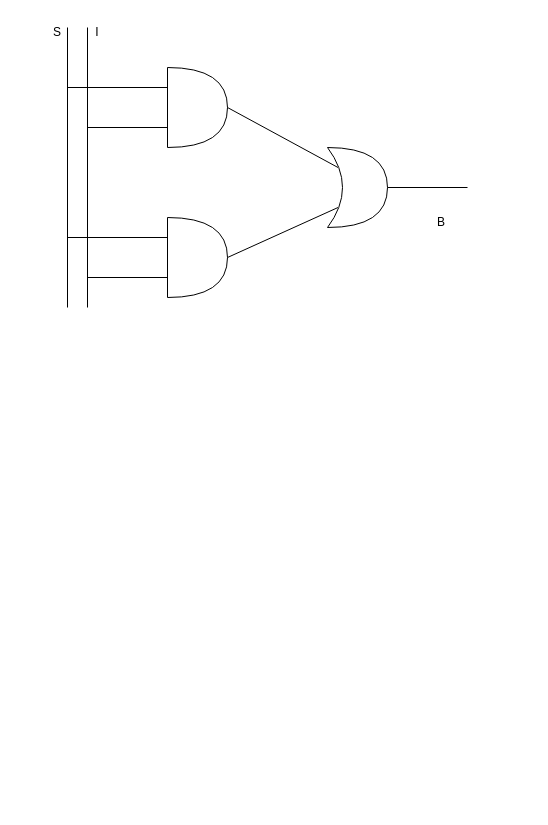
Earlier version of the draw.io diagram circuitos_logicoa.drawio (Thiago163/caneta). Source tidied: cells renumbered, new cells numbered last; positions are measured from the earlier drawing's top-left corner, leaving out a move shared by most shapes. Both pictures are drawn from the tidied source at 100%, with x=0, y=0 at pixel (27, 17).
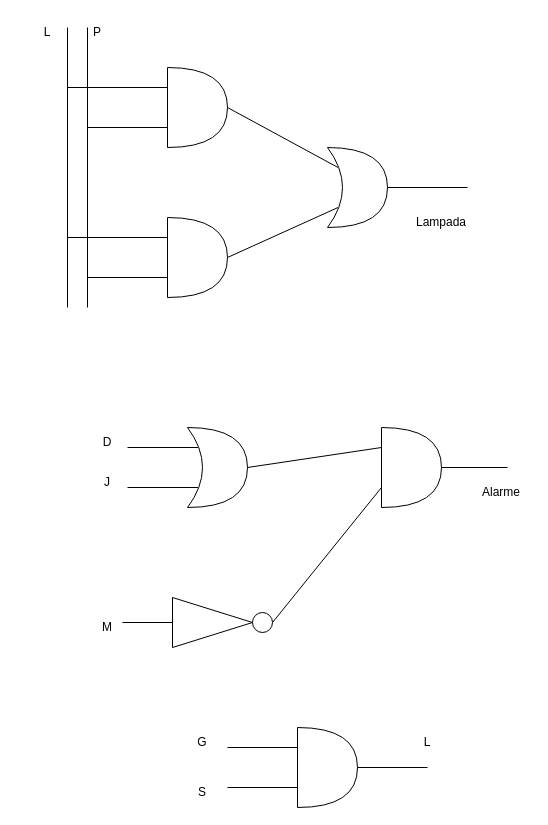
The same page after the edit.

Diff of the diagram source:
```diff
@@
-    <mxCell id="14" value="S" style="text;html=1;align=center;verticalAlign=middle;whiteSpace=wrap;rounded=0;" parent="1" vertex="1">
-      <mxGeometry width="60" height="30" as="geometry" />
+    <mxCell id="14" value="P" style="text;html=1;align=center;verticalAlign=middle;whiteSpace=wrap;rounded=0;" parent="1" vertex="1">
+      <mxGeometry x="40" width="60" height="30" as="geometry" />
     </mxCell>
-    <mxCell id="15" value="I" style="text;html=1;align=center;verticalAlign=middle;whiteSpace=wrap;rounded=0;" parent="1" vertex="1">
-      <mxGeometry x="40" width="60" height="30" as="geometry" />
+    <mxCell id="15" value="L" style="text;html=1;align=center;verticalAlign=middle;whiteSpace=wrap;rounded=0;" parent="1" vertex="1">
+      <mxGeometry x="-10" width="60" height="30" as="geometry" />
     </mxCell>
-    <mxCell id="16" value="B" style="text;html=1;align=center;verticalAlign=middle;whiteSpace=wrap;rounded=0;" parent="1" vertex="1">
+    <mxCell id="16" value="Lampada" style="text;html=1;align=center;verticalAlign=middle;whiteSpace=wrap;rounded=0;" parent="1" vertex="1">
       <mxGeometry x="384" y="190" width="60" height="30" as="geometry" />
     </mxCell>
+    <mxCell id="17" style="shape=xor;whiteSpace=wrap;html=1;" parent="1" vertex="1">
+      <mxGeometry x="160" y="410" width="60" height="80" as="geometry" />
+    </mxCell>
+    <mxCell id="18" style="shape=or;whiteSpace=wrap;html=1;" parent="1" vertex="1">
+      <mxGeometry x="354" y="410" width="60" height="80" as="geometry" />
+    </mxCell>
+    <mxCell id="19" style="triangle;whiteSpace=wrap;html=1;" parent="1" vertex="1">
+      <mxGeometry x="145" y="580" width="80" height="50" as="geometry" />
+    </mxCell>
+    <mxCell id="20" style="ellipse;whiteSpace=wrap;html=1;" parent="1" vertex="1">
+      <mxGeometry x="225" y="595" width="20" height="20" as="geometry" />
+    </mxCell>
+    <mxCell id="21" style="endArrow=none;html=1;rounded=0;entryX=0.175;entryY=0.25;entryDx=0;entryDy=0;entryPerimeter=0;" parent="1" edge="1" target="17">
+      <mxGeometry relative="1" as="geometry">
+        <mxPoint x="100" y="430" as="sourcePoint" />
+      </mxGeometry>
+    </mxCell>
+    <mxCell id="22" style="endArrow=none;html=1;rounded=0;entryX=0.175;entryY=0.75;entryDx=0;entryDy=0;entryPerimeter=0;" parent="1" edge="1" target="17">
+      <mxGeometry relative="1" as="geometry">
+        <mxPoint x="100" y="470" as="sourcePoint" />
+      </mxGeometry>
+    </mxCell>
+    <mxCell id="23" style="endArrow=none;html=1;rounded=0;entryX=0;entryY=0.5;entryDx=0;entryDy=0;" parent="1" edge="1" target="19">
+      <mxGeometry relative="1" as="geometry">
+        <mxPoint x="95" y="605" as="sourcePoint" />
+      </mxGeometry>
+    </mxCell>
+    <mxCell id="24" style="endArrow=none;html=1;rounded=0;exitX=1;exitY=0.5;exitDx=0;exitDy=0;entryX=0;entryY=0.75;entryDx=0;entryDy=0;entryPerimeter=0;" parent="1" edge="1" source="20" target="18">
+      <mxGeometry relative="1" as="geometry" />
+    </mxCell>
+    <mxCell id="25" style="endArrow=none;html=1;rounded=0;exitX=1;exitY=0.5;exitDx=0;exitDy=0;exitPerimeter=0;entryX=0;entryY=0.25;entryDx=0;entryDy=0;entryPerimeter=0;" parent="1" edge="1" source="17" target="18">
+      <mxGeometry relative="1" as="geometry" />
+    </mxCell>
+    <mxCell id="26" style="endArrow=none;html=1;rounded=0;exitX=1;exitY=0.5;exitDx=0;exitDy=0;exitPerimeter=0;" parent="1" edge="1" source="18">
+      <mxGeometry relative="1" as="geometry">
+        <mxPoint x="480" y="450" as="targetPoint" />
+      </mxGeometry>
+    </mxCell>
+    <mxCell id="27" value="D" style="text;html=1;align=center;verticalAlign=middle;whiteSpace=wrap;rounded=0;" parent="1" vertex="1">
+      <mxGeometry x="50" y="410" width="60" height="30" as="geometry" />
+    </mxCell>
+    <mxCell id="28" value="J" style="text;html=1;align=center;verticalAlign=middle;whiteSpace=wrap;rounded=0;" parent="1" vertex="1">
+      <mxGeometry x="50" y="450" width="60" height="30" as="geometry" />
+    </mxCell>
+    <mxCell id="29" value="Alarme" style="text;html=1;align=center;verticalAlign=middle;whiteSpace=wrap;rounded=0;" parent="1" vertex="1">
+      <mxGeometry x="444" y="460" width="60" height="30" as="geometry" />
+    </mxCell>
+    <mxCell id="30" value="M" style="text;html=1;align=center;verticalAlign=middle;whiteSpace=wrap;rounded=0;" parent="1" vertex="1">
+      <mxGeometry x="50" y="595" width="60" height="30" as="geometry" />
+    </mxCell>
+    <mxCell id="31" style="shape=or;whiteSpace=wrap;html=1;" parent="1" vertex="1">
+      <mxGeometry x="270" y="710" width="60" height="80" as="geometry" />
+    </mxCell>
+    <mxCell id="32" style="endArrow=none;html=1;rounded=0;entryX=0;entryY=0.25;entryDx=0;entryDy=0;entryPerimeter=0;" parent="1" edge="1" target="31">
+      <mxGeometry relative="1" as="geometry">
+        <mxPoint x="200" y="730" as="sourcePoint" />
+      </mxGeometry>
+    </mxCell>
+    <mxCell id="33" style="endArrow=none;html=1;rounded=0;entryX=0;entryY=0.75;entryDx=0;entryDy=0;entryPerimeter=0;" parent="1" edge="1" target="31">
+      <mxGeometry relative="1" as="geometry">
+        <mxPoint x="200" y="770" as="sourcePoint" />
+      </mxGeometry>
+    </mxCell>
+    <mxCell id="34" style="endArrow=none;html=1;rounded=0;exitX=1;exitY=0.5;exitDx=0;exitDy=0;exitPerimeter=0;" parent="1" edge="1" source="31">
+      <mxGeometry relative="1" as="geometry">
+        <mxPoint x="400" y="750" as="targetPoint" />
+      </mxGeometry>
+    </mxCell>
+    <mxCell id="35" value="G" style="text;html=1;align=center;verticalAlign=middle;whiteSpace=wrap;rounded=0;" parent="1" vertex="1">
+      <mxGeometry x="145" y="710" width="60" height="30" as="geometry" />
+    </mxCell>
+    <mxCell id="36" value="S" style="text;html=1;align=center;verticalAlign=middle;whiteSpace=wrap;rounded=0;" parent="1" vertex="1">
+      <mxGeometry x="145" y="760" width="60" height="30" as="geometry" />
+    </mxCell>
+    <mxCell id="37" value="L" style="text;html=1;align=center;verticalAlign=middle;whiteSpace=wrap;rounded=0;" parent="1" vertex="1">
+      <mxGeometry x="370" y="710" width="60" height="30" as="geometry" />
+    </mxCell>
```
